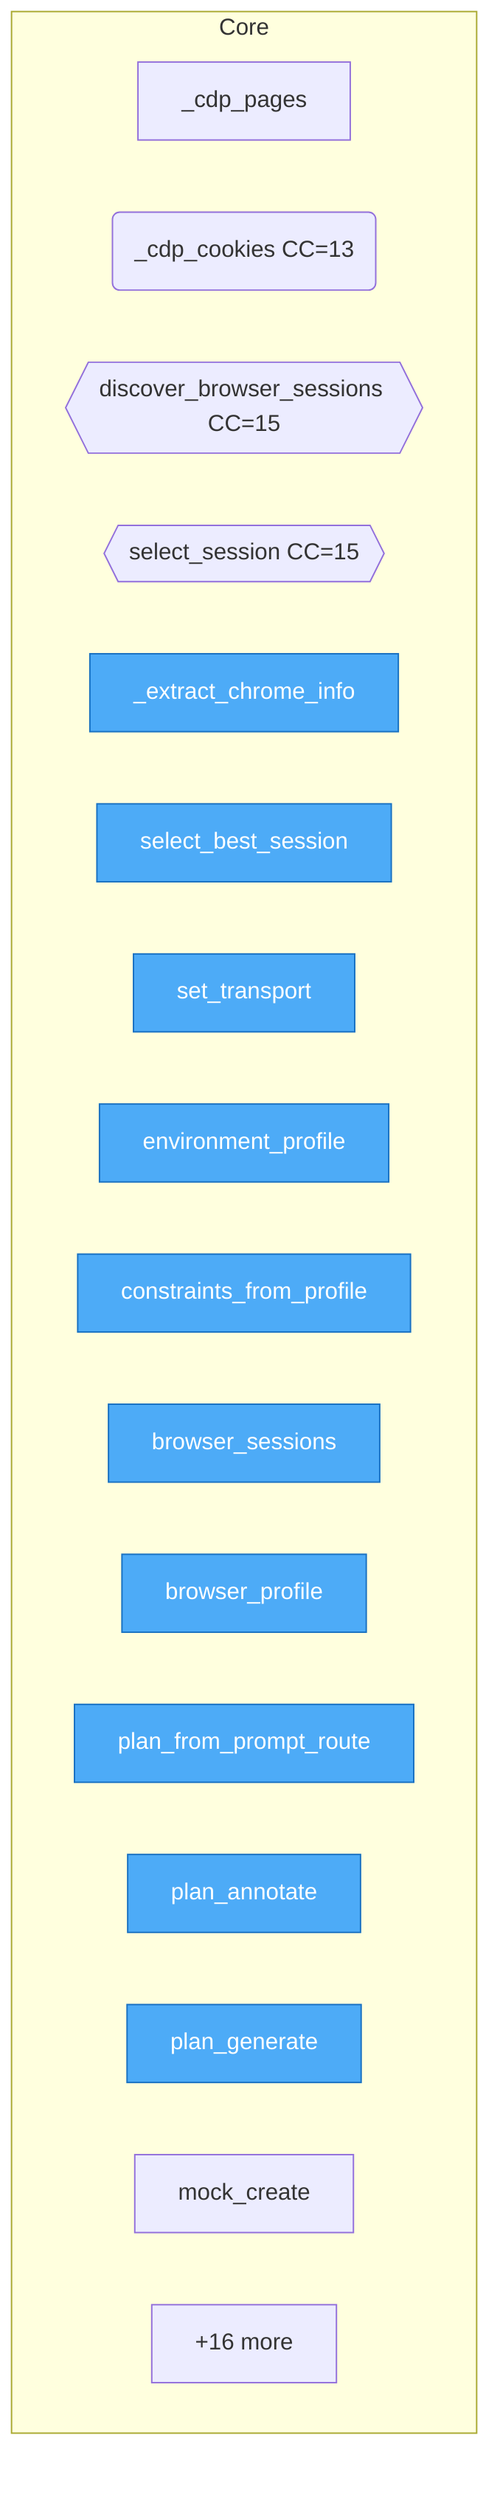
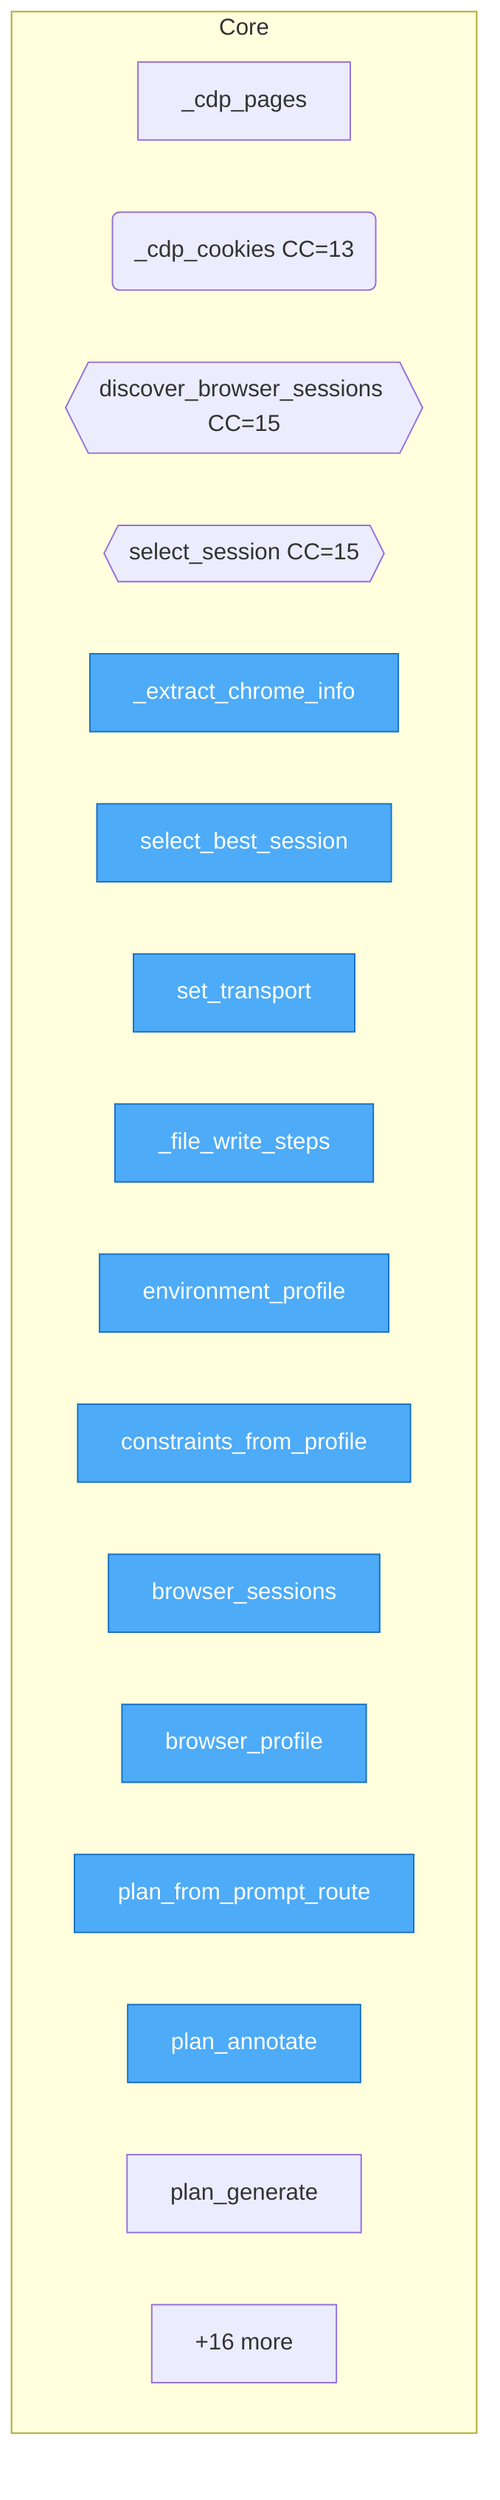
flowchart TD
%% generated in 0.00s

    %% Entry points (blue)
    classDef entry fill:#4dabf7,stroke:#1971c2,color:#fff

    subgraph Core
        urirun_connector_twin__browser___cdp_pages["_cdp_pages"]
        urirun_connector_twin__browser___cdp_cookies("_cdp_cookies CC=13")
        urirun_connector_twin__browser__discover_browser_sessions{{discover_browser_sessions CC=15}}
        urirun_connector_twin__browser__select_session{{select_session CC=15}}
        urirun_connector_twin__browser___extract_chrome_info["_extract_chrome_info"]
        urirun_connector_twin__browser__select_best_session["select_best_session"]
        urirun_connector_twin__dispatch__set_transport["set_transport"]
+         urirun_connector_twin__prompt_plan___file_write_steps["_file_write_steps"]
        urirun_connector_twin__core__environment_profile["environment_profile"]
        urirun_connector_twin__core__constraints_from_profile["constraints_from_profile"]
        urirun_connector_twin__core__browser_sessions["browser_sessions"]
        urirun_connector_twin__core__browser_profile["browser_profile"]
        urirun_connector_twin__core__plan_from_prompt_route["plan_from_prompt_route"]
        urirun_connector_twin__core__plan_annotate["plan_annotate"]
        urirun_connector_twin__core__plan_generate["plan_generate"]
-         urirun_connector_twin__core__mock_create["mock_create"]
        ...["+16 more"]
    end

-     class urirun_connector_twin__browser___extract_chrome_info,urirun_connector_twin__browser__select_best_session,urirun_connector_twin__dispatch__set_transport,urirun_connector_twin__core__environment_profile,urirun_connector_twin__core__constraints_from_profile,urirun_connector_twin__core__browser_sessions,urirun_connector_twin__core__browser_profile,urirun_connector_twin__core__plan_from_prompt_route,urirun_connector_twin__core__plan_annotate,urirun_connector_twin__core__plan_generate entry
+     class urirun_connector_twin__browser___extract_chrome_info,urirun_connector_twin__browser__select_best_session,urirun_connector_twin__dispatch__set_transport,urirun_connector_twin__prompt_plan___file_write_steps,urirun_connector_twin__core__environment_profile,urirun_connector_twin__core__constraints_from_profile,urirun_connector_twin__core__browser_sessions,urirun_connector_twin__core__browser_profile,urirun_connector_twin__core__plan_from_prompt_route,urirun_connector_twin__core__plan_annotate entry
